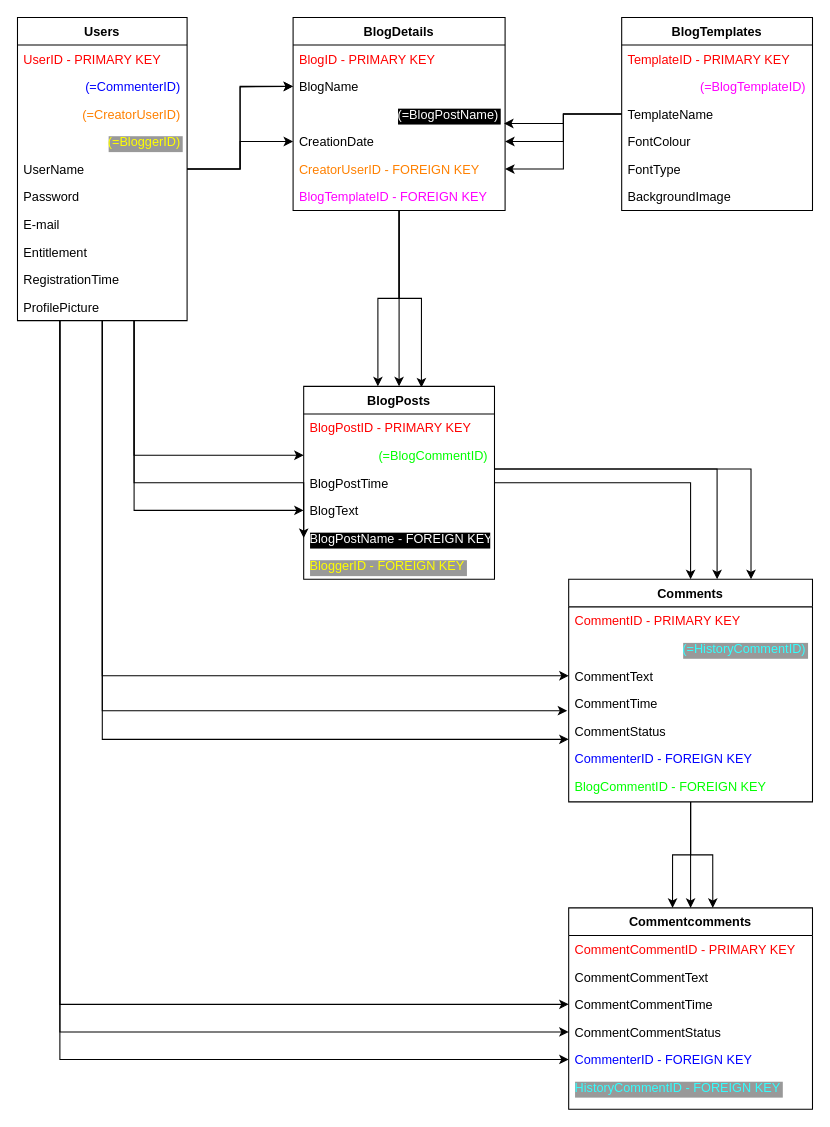
The draw.io diagram Untitled Diagram.drawio in BKKrisztina/HomeWork, before the edit. Source tidied: cells renumbered, new cells numbered last; positions are measured from the earlier drawing's top-left corner, leaving out a move shared by most shapes. Both pictures are drawn from the tidied source at 106%, with x=0, y=0 at pixel (17, 17).
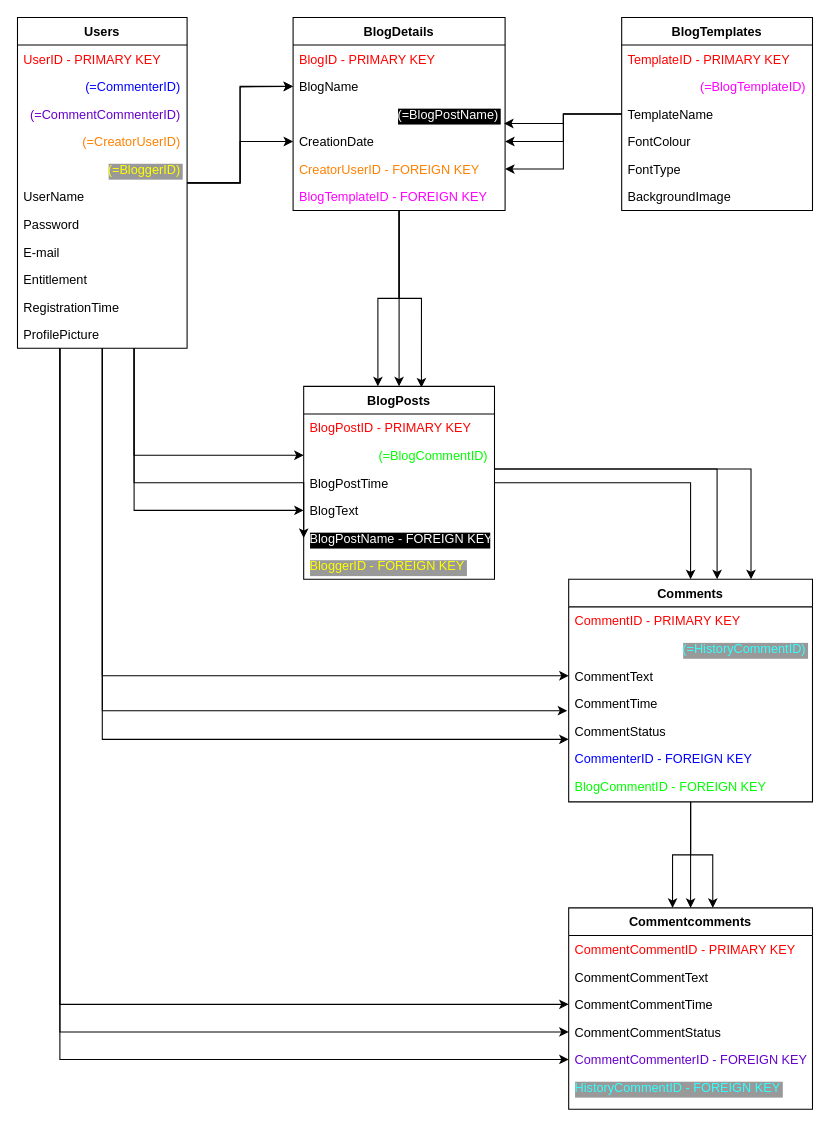
The same diagram, later.

Commit message:
Update DatabaseDiagram.CommentCommenter

The change refers to these unchanged cells:
```xml
<mxCell id="66" value="Commentcomments" style="swimlane;fontStyle=1;align=center;verticalAlign=top;horizontal=1;startSize=26;rounded=0;shadow=0;strokeWidth=1;" parent="1" vertex="1">
  <mxGeometry x="520" y="840" width="230" height="190" as="geometry" />
</mxCell>
```

What changed in the source:
```diff
@@
     <mxCell id="14" value="Users" style="swimlane;fontStyle=1;align=center;verticalAlign=top;horizontal=1;startSize=26;rounded=0;shadow=0;strokeWidth=1;" parent="1" vertex="1">
-      <mxGeometry width="160" height="286" as="geometry" />
+      <mxGeometry width="160" height="312" as="geometry" />
     </mxCell>
@@
+    <mxCell id="73" value="(=CommentCommenterID)" style="text;align=right;verticalAlign=top;spacingLeft=4;spacingRight=4;overflow=hidden;fontColor=#6600CC;" parent="14" vertex="1">
+      <mxGeometry y="78" width="160" height="26" as="geometry" />
+    </mxCell>
     <mxCell id="17" value="(=CreatorUserID)" style="text;align=right;verticalAlign=top;spacingLeft=4;spacingRight=4;overflow=hidden;fontColor=#FF8000;" parent="14" vertex="1">
-      <mxGeometry y="78" width="160" height="26" as="geometry" />
+      <mxGeometry y="104" width="160" height="26" as="geometry" />
     </mxCell>
     <mxCell id="18" value="(=BloggerID)" style="text;align=right;verticalAlign=top;spacingLeft=4;spacingRight=4;overflow=hidden;fontColor=#FFFF00;labelBackgroundColor=#999999;" parent="14" vertex="1">
-      <mxGeometry y="104" width="160" height="26" as="geometry" />
+      <mxGeometry y="130" width="160" height="26" as="geometry" />
     </mxCell>
     <mxCell id="19" value="UserName" style="text;align=left;verticalAlign=top;spacingLeft=4;spacingRight=4;overflow=hidden;rounded=0;shadow=0;html=0;" parent="14" vertex="1">
-      <mxGeometry y="130" width="160" height="26" as="geometry" />
+      <mxGeometry y="156" width="160" height="26" as="geometry" />
     </mxCell>
     <mxCell id="20" value="Password" style="text;align=left;verticalAlign=top;spacingLeft=4;spacingRight=4;overflow=hidden;rounded=0;shadow=0;html=0;" parent="14" vertex="1">
-      <mxGeometry y="156" width="160" height="26" as="geometry" />
+      <mxGeometry y="182" width="160" height="26" as="geometry" />
     </mxCell>
     <mxCell id="21" value="E-mail" style="text;align=left;verticalAlign=top;spacingLeft=4;spacingRight=4;overflow=hidden;" parent="14" vertex="1">
-      <mxGeometry y="182" width="160" height="26" as="geometry" />
+      <mxGeometry y="208" width="160" height="26" as="geometry" />
     </mxCell>
     <mxCell id="22" value="Entitlement" style="text;align=left;verticalAlign=top;spacingLeft=4;spacingRight=4;overflow=hidden;rounded=0;shadow=0;html=0;" parent="14" vertex="1">
-      <mxGeometry y="208" width="160" height="26" as="geometry" />
+      <mxGeometry y="234" width="160" height="26" as="geometry" />
     </mxCell>
     <mxCell id="23" value="RegistrationTime" style="text;align=left;verticalAlign=top;spacingLeft=4;spacingRight=4;overflow=hidden;" parent="14" vertex="1">
-      <mxGeometry y="234" width="160" height="26" as="geometry" />
+      <mxGeometry y="260" width="160" height="26" as="geometry" />
     </mxCell>
     <mxCell id="24" value="ProfilePicture" style="text;align=left;verticalAlign=top;spacingLeft=4;spacingRight=4;overflow=hidden;" parent="14" vertex="1">
-      <mxGeometry y="260" width="160" height="26" as="geometry" />
+      <mxGeometry y="286" width="160" height="26" as="geometry" />
     </mxCell>
@@
-    <mxCell id="71" value="CommenterID - FOREIGN KEY" style="text;align=left;verticalAlign=top;spacingLeft=4;spacingRight=4;overflow=hidden;points=[[0,0.5],[1,0.5]];portConstraint=eastwest;fontColor=#0000FF;" parent="66" vertex="1">
+    <mxCell id="71" value="CommentCommenterID - FOREIGN KEY" style="text;align=left;verticalAlign=top;spacingLeft=4;spacingRight=4;overflow=hidden;points=[[0,0.5],[1,0.5]];portConstraint=eastwest;fontColor=#6600CC;" parent="66" vertex="1">
       <mxGeometry y="130" width="230" height="26" as="geometry" />
     </mxCell>
```
